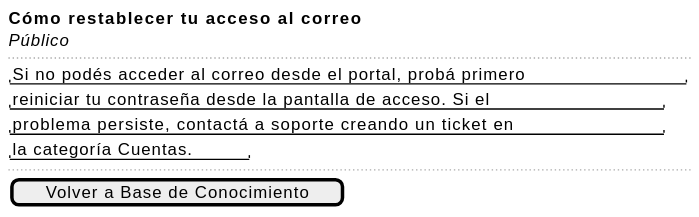
The PlantUML diagram puml/02-fase-elaboracion/especificacion-casos-uso/base-conocimiento/UC09-ver-articulo-conocimiento-wireframe.svg in Dievex/01-HelpDesk, before a commit. Source of this version:
```plantuml
@startsalt UC09-ver-articulo-conocimiento-wireframe
{
  <b>Cómo restablecer tu acceso al correo
  <i>Público
  ..
  "Si no podés acceder al correo desde el portal, probá primero"
  "reiniciar tu contraseña desde la pantalla de acceso. Si el"
  "problema persiste, contactá a soporte creando un ticket en"
  "la categoría Cuentas."
  ..
  [Volver a Base de Conocimiento]
}
@endsalt
```
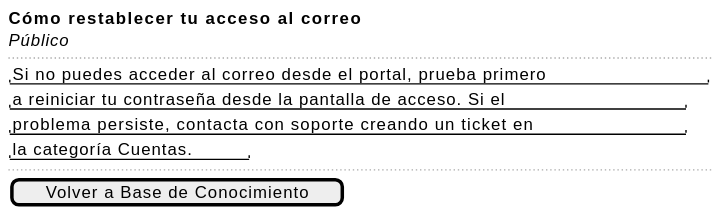
After the commit.

The edit, as a diff of the source:
```diff
@@ -3,9 +3,9 @@
   <b>Cómo restablecer tu acceso al correo
   <i>Público
   ..
-  "Si no podés acceder al correo desde el portal, probá primero"
-  "reiniciar tu contraseña desde la pantalla de acceso. Si el"
-  "problema persiste, contactá a soporte creando un ticket en"
+  "Si no puedes acceder al correo desde el portal, prueba primero"
+  "a reiniciar tu contraseña desde la pantalla de acceso. Si el"
+  "problema persiste, contacta con soporte creando un ticket en"
   "la categoría Cuentas."
   ..
   [Volver a Base de Conocimiento]
```
